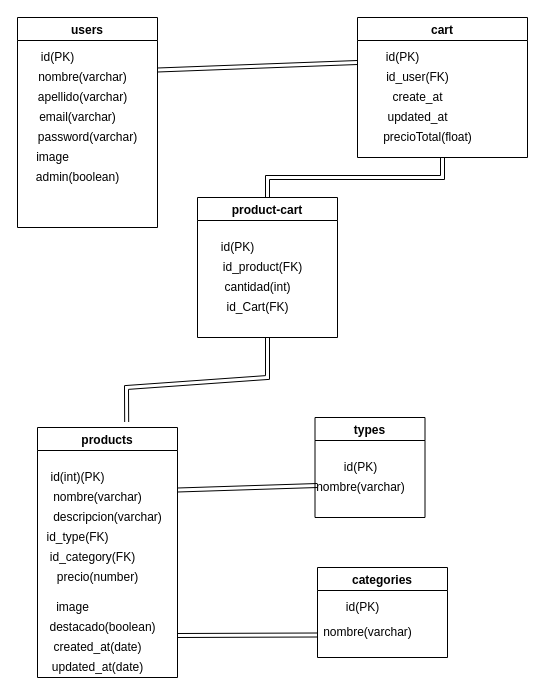
Before: der.dio in Mechirv/grupo_11_petWorld, a draw.io diagram. Source tidied: cells renumbered, new cells numbered last; positions are measured from the earlier drawing's top-left corner, leaving out a move shared by most shapes. Both pictures are drawn from the tidied source at 100%, with x=0, y=0 at pixel (17, 17).
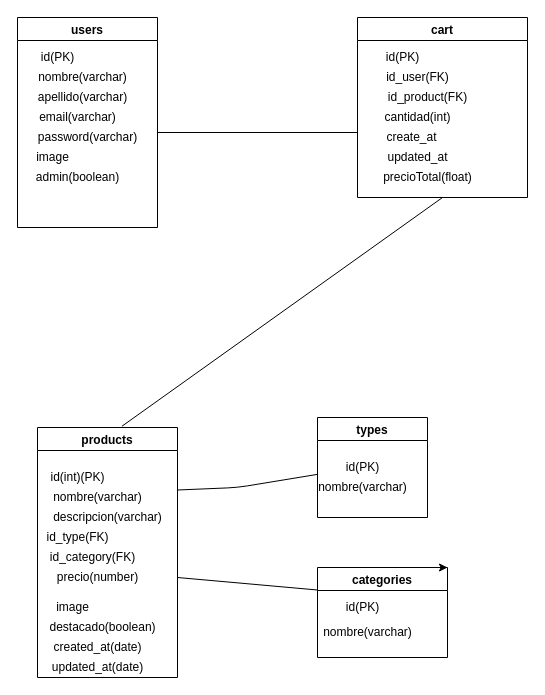
The same diagram, later.

The change refers to these unchanged cells:
```xml
<mxCell id="3" value="users" style="swimlane;" parent="1" vertex="1">
  <mxGeometry width="140" height="210" as="geometry" />
</mxCell>
<mxCell id="16" value="products" style="swimlane;" parent="1" vertex="1">
  <mxGeometry x="20" y="410" width="140" height="250" as="geometry" />
</mxCell>
<mxCell id="28" value="nombre(varchar)" style="text;html=1;align=center;verticalAlign=middle;points=[];strokeColor=none;" parent="26" vertex="1">
  <mxGeometry x="-5" y="60" width="100" height="20" as="geometry" />
</mxCell>
<mxCell id="30" value="categories" style="swimlane;" parent="1" vertex="1">
  <mxGeometry x="300" y="550" width="130" height="90" as="geometry" />
</mxCell>
```

Diff of the diagram source:
```diff
@@
-    <mxCell id="2" style="edgeStyle=none;shape=link;rounded=0;jettySize=auto;html=1;exitX=1;exitY=0.25;exitDx=0;exitDy=0;" parent="1" edge="1" source="3">
-      <mxGeometry relative="1" as="geometry">
-        <mxPoint x="340" y="45" as="targetPoint" />
-      </mxGeometry>
-    </mxCell>
@@
     <mxCell id="11" value="cart" style="swimlane;" parent="1" vertex="1">
-      <mxGeometry x="340" width="170" height="140" as="geometry" />
+      <mxGeometry x="340" width="170" height="180" as="geometry" />
     </mxCell>
@@
     <mxCell id="14" value="create_at" style="text;html=1;align=center;verticalAlign=middle;strokeColor=none;" parent="11" vertex="1">
-      <mxGeometry x="25" y="70" width="70" height="20" as="geometry" />
+      <mxGeometry x="19" y="110" width="70" height="20" as="geometry" />
     </mxCell>
     <mxCell id="15" value="precioTotal(float)" style="text;html=1;align=center;verticalAlign=middle;strokeColor=none;" parent="11" vertex="1">
-      <mxGeometry x="20" y="110" width="100" height="20" as="geometry" />
+      <mxGeometry x="20" y="150" width="100" height="20" as="geometry" />
     </mxCell>
+    <mxCell id="42" value="updated_at" style="text;html=1;align=center;verticalAlign=middle;strokeColor=none;" parent="11" vertex="1">
+      <mxGeometry x="20" y="130" width="80" height="20" as="geometry" />
+    </mxCell>
+    <mxCell id="37" value="id_product(FK)" style="text;html=1;align=center;verticalAlign=middle;strokeColor=none;" parent="11" vertex="1">
+      <mxGeometry x="25" y="70" width="90" height="20" as="geometry" />
+    </mxCell>
+    <mxCell id="36" value="cantidad(int)" style="text;html=1;align=center;verticalAlign=middle;strokeColor=none;" parent="11" vertex="1">
+      <mxGeometry x="20" y="90" width="80" height="20" as="geometry" />
+    </mxCell>
@@
     <mxCell id="26" value="types" style="swimlane;" parent="1" vertex="1">
-      <mxGeometry x="297.5" y="400" width="110" height="100" as="geometry" />
+      <mxGeometry x="300" y="400" width="110" height="100" as="geometry" />
     </mxCell>
@@
-    <mxCell id="29" style="edgeStyle=none;shape=link;rounded=0;jettySize=auto;html=1;exitX=0;exitY=0.75;exitDx=0;exitDy=0;" parent="1" edge="1" source="30">
-      <mxGeometry relative="1" as="geometry">
-        <mxPoint x="160" y="618" as="targetPoint" />
-      </mxGeometry>
-    </mxCell>
@@
-    <mxCell id="33" style="edgeStyle=orthogonalEdgeStyle;shape=link;rounded=0;jettySize=auto;html=1;exitX=0.5;exitY=0;exitDx=0;exitDy=0;entryX=0.5;entryY=1;entryDx=0;entryDy=0;" parent="1" edge="1" source="35" target="11">
-      <mxGeometry relative="1" as="geometry" />
-    </mxCell>
-    <mxCell id="34" style="shape=link;rounded=0;jettySize=auto;html=1;exitX=0.5;exitY=1;exitDx=0;exitDy=0;entryX=0.637;entryY=-0.022;entryDx=0;entryDy=0;entryPerimeter=0;" parent="1" edge="1" source="35" target="16">
-      <mxGeometry relative="1" as="geometry">
-        <Array as="points">
-          <mxPoint x="250" y="360" />
-          <mxPoint x="109" y="370" />
-        </Array>
-      </mxGeometry>
-    </mxCell>
-    <mxCell id="35" value="product-cart" style="swimlane;startSize=23;" parent="1" vertex="1">
-      <mxGeometry x="180" y="180" width="140" height="140" as="geometry" />
-    </mxCell>
-    <mxCell id="36" value="cantidad(int)" style="text;html=1;align=center;verticalAlign=middle;strokeColor=none;" parent="35" vertex="1">
-      <mxGeometry x="20" y="80" width="80" height="20" as="geometry" />
-    </mxCell>
-    <mxCell id="37" value="id_product(FK)" style="text;html=1;align=center;verticalAlign=middle;strokeColor=none;" parent="35" vertex="1">
-      <mxGeometry x="20" y="60" width="90" height="20" as="geometry" />
-    </mxCell>
-    <mxCell id="38" value="id(PK)" style="text;html=1;align=center;verticalAlign=middle;strokeColor=none;" parent="35" vertex="1">
-      <mxGeometry x="15" y="40" width="50" height="20" as="geometry" />
-    </mxCell>
-    <mxCell id="39" value="id_Cart(FK)" style="text;html=1;align=center;verticalAlign=middle;strokeColor=none;" parent="35" vertex="1">
-      <mxGeometry x="20" y="100" width="80" height="20" as="geometry" />
-    </mxCell>
-    <mxCell id="40" style="edgeStyle=none;shape=link;rounded=0;jettySize=auto;html=1;entryX=1;entryY=0.25;entryDx=0;entryDy=0;" parent="1" edge="1" target="16">
-      <mxGeometry relative="1" as="geometry">
-        <mxPoint x="300" y="468" as="sourcePoint" />
-      </mxGeometry>
-    </mxCell>
@@
-    <mxCell id="42" value="updated_at" style="text;html=1;align=center;verticalAlign=middle;strokeColor=none;" parent="1" vertex="1">
-      <mxGeometry x="360" y="90" width="80" height="20" as="geometry" />
-    </mxCell>
+    <mxCell id="43" style="endArrow=none;html=1;exitX=0.603;exitY=-0.005;exitDx=0;exitDy=0;exitPerimeter=0;entryX=0.5;entryY=1;entryDx=0;entryDy=0;" parent="1" edge="1" source="16" target="11">
+      <mxGeometry relative="1" as="geometry" />
+    </mxCell>
+    <mxCell id="44" style="edgeStyle=orthogonalEdgeStyle;rounded=0;orthogonalLoop=1;jettySize=auto;html=1;exitX=0.75;exitY=0;exitDx=0;exitDy=0;entryX=1;entryY=0;entryDx=0;entryDy=0;" parent="1" edge="1" source="30" target="30">
+      <mxGeometry relative="1" as="geometry" />
+    </mxCell>
+    <mxCell id="45" style="endArrow=none;html=1;exitX=0;exitY=0.25;exitDx=0;exitDy=0;" parent="1" edge="1" source="30">
+      <mxGeometry relative="1" as="geometry">
+        <mxPoint x="160" y="560" as="targetPoint" />
+      </mxGeometry>
+    </mxCell>
+    <mxCell id="46" style="endArrow=none;html=1;entryX=0.054;entryY=-0.16;entryDx=0;entryDy=0;entryPerimeter=0;exitX=1;exitY=0.25;exitDx=0;exitDy=0;" parent="1" edge="1" source="16" target="28">
+      <mxGeometry relative="1" as="geometry">
+        <Array as="points">
+          <mxPoint x="220" y="470" />
+        </Array>
+      </mxGeometry>
+    </mxCell>
+    <mxCell id="47" style="endArrow=none;html=1;" parent="1" edge="1">
+      <mxGeometry relative="1" as="geometry">
+        <mxPoint x="140" y="115" as="sourcePoint" />
+        <mxPoint x="340" y="115" as="targetPoint" />
+      </mxGeometry>
+    </mxCell>
```
